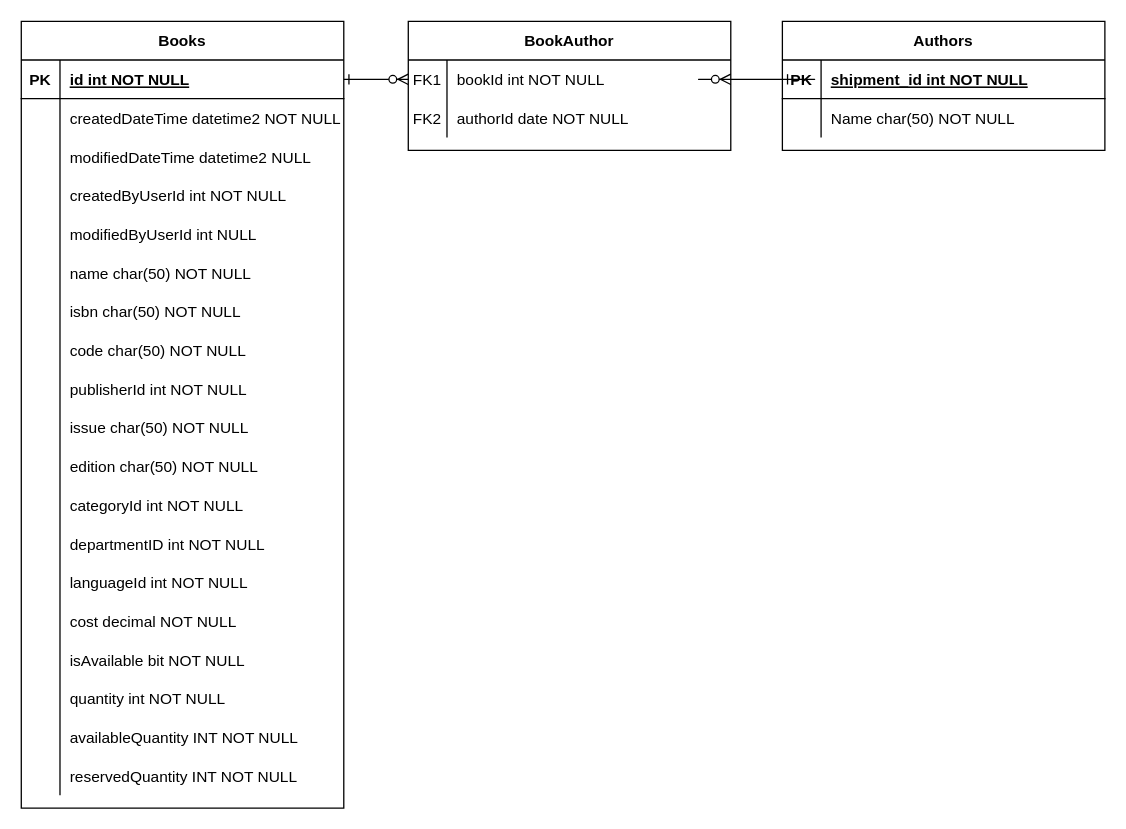
Earlier version of the draw.io diagram Untitled Diagram.drawio (skyhunter96/libApp). Source tidied: cells renumbered, new cells numbered last; positions are measured from the earlier drawing's top-left corner, leaving out a move shared by most shapes. Both pictures are drawn from the tidied source at 129%, with x=0, y=0 at pixel (21, 21).
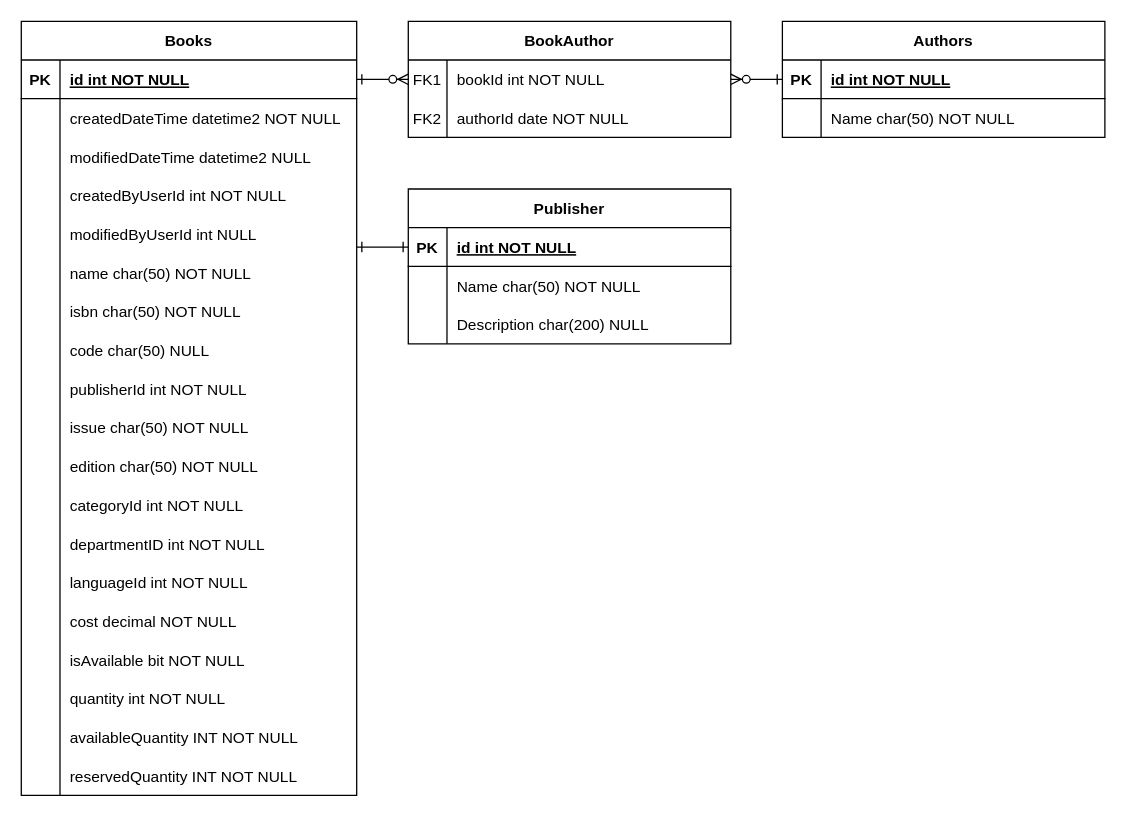
Above is the later version.

Unchanged cells that the change refers to:
```xml
<mxCell id="11" style="shape=partialRectangle;fillColor=none;points=[[0,0.5],[1,0.5]];portConstraint=eastwest;top=0;left=0;right=0;bottom=1;" parent="10" vertex="1">
  <mxGeometry y="30" width="250" height="30" as="geometry" />
</mxCell>
```

What changed in the source:
```diff
@@
     <mxCell id="3" value="BookAuthor" style="shape=table;startSize=30;childLayout=tableLayout;rowLines=0;fontStyle=1;align=center;" parent="1" vertex="1">
-      <mxGeometry x="300" width="250" height="100" as="geometry" />
+      <mxGeometry x="300" width="250" height="90" as="geometry" />
     </mxCell>
@@
     <mxCell id="10" value="Authors" style="shape=table;startSize=30;childLayout=tableLayout;rowLines=0;fontStyle=1;align=center;" parent="1" vertex="1">
-      <mxGeometry x="590" width="250" height="100" as="geometry" />
+      <mxGeometry x="590" width="250" height="90" as="geometry" />
     </mxCell>
@@
-    <mxCell id="13" value="shipment_id int NOT NULL " style="shape=partialRectangle;overflow=hidden;fillColor=none;top=0;left=0;bottom=0;right=0;align=left;spacingLeft=6;fontStyle=5;" parent="11" vertex="1">
+    <mxCell id="13" value="id int NOT NULL " style="shape=partialRectangle;overflow=hidden;fillColor=none;top=0;left=0;bottom=0;right=0;align=left;spacingLeft=6;fontStyle=5;" parent="11" vertex="1">
       <mxGeometry x="30" width="220" height="30" as="geometry" />
     </mxCell>
@@
     <mxCell id="17" value="Books" style="shape=table;startSize=30;childLayout=tableLayout;rowLines=0;fontStyle=1;align=center;" parent="1" vertex="1">
-      <mxGeometry width="250" height="610" as="geometry" />
+      <mxGeometry width="260" height="600" as="geometry" />
     </mxCell>
     <mxCell id="18" style="shape=partialRectangle;fillColor=none;points=[[0,0.5],[1,0.5]];portConstraint=eastwest;top=0;left=0;right=0;bottom=1;" parent="17" vertex="1">
-      <mxGeometry y="30" width="250" height="30" as="geometry" />
+      <mxGeometry y="30" width="260" height="30" as="geometry" />
     </mxCell>
@@
     <mxCell id="20" value="id int NOT NULL " style="shape=partialRectangle;overflow=hidden;fillColor=none;top=0;left=0;bottom=0;right=0;align=left;spacingLeft=6;fontStyle=5;" parent="18" vertex="1">
-      <mxGeometry x="30" width="220" height="30" as="geometry" />
+      <mxGeometry x="30" width="230" height="30" as="geometry" />
     </mxCell>
     <mxCell id="21" style="shape=partialRectangle;fillColor=none;top=0;left=0;right=0;bottom=0;" parent="17" vertex="1">
-      <mxGeometry y="60" width="250" height="30" as="geometry" />
+      <mxGeometry y="60" width="260" height="30" as="geometry" />
     </mxCell>
@@
     <mxCell id="23" value="createdDateTime datetime2 NOT NULL" style="shape=partialRectangle;overflow=hidden;fillColor=none;top=0;left=0;bottom=0;right=0;align=left;spacingLeft=6;" parent="21" vertex="1">
-      <mxGeometry x="30" width="220" height="30" as="geometry" />
+      <mxGeometry x="30" width="230" height="30" as="geometry" />
     </mxCell>
     <mxCell id="24" style="shape=partialRectangle;fillColor=none;top=0;left=0;right=0;bottom=0;" parent="17" vertex="1">
-      <mxGeometry y="90" width="250" height="30" as="geometry" />
+      <mxGeometry y="90" width="260" height="30" as="geometry" />
     </mxCell>
@@
     <mxCell id="26" value="modifiedDateTime datetime2 NULL" style="shape=partialRectangle;overflow=hidden;fillColor=none;top=0;left=0;bottom=0;right=0;align=left;spacingLeft=6;" parent="24" vertex="1">
-      <mxGeometry x="30" width="220" height="30" as="geometry" />
+      <mxGeometry x="30" width="230" height="30" as="geometry" />
     </mxCell>
     <mxCell id="27" style="shape=partialRectangle;fillColor=none;top=0;left=0;right=0;bottom=0;" parent="17" vertex="1">
-      <mxGeometry y="120" width="250" height="30" as="geometry" />
+      <mxGeometry y="120" width="260" height="30" as="geometry" />
     </mxCell>
@@
     <mxCell id="29" value="createdByUserId int NOT NULL" style="shape=partialRectangle;overflow=hidden;fillColor=none;top=0;left=0;bottom=0;right=0;align=left;spacingLeft=6;" parent="27" vertex="1">
-      <mxGeometry x="30" width="220" height="30" as="geometry" />
+      <mxGeometry x="30" width="230" height="30" as="geometry" />
     </mxCell>
     <mxCell id="30" style="shape=partialRectangle;fillColor=none;top=0;left=0;right=0;bottom=0;" parent="17" vertex="1">
-      <mxGeometry y="150" width="250" height="30" as="geometry" />
+      <mxGeometry y="150" width="260" height="30" as="geometry" />
     </mxCell>
@@
     <mxCell id="32" value="modifiedByUserId int NULL" style="shape=partialRectangle;overflow=hidden;fillColor=none;top=0;left=0;bottom=0;right=0;align=left;spacingLeft=6;" parent="30" vertex="1">
-      <mxGeometry x="30" width="220" height="30" as="geometry" />
+      <mxGeometry x="30" width="230" height="30" as="geometry" />
     </mxCell>
     <mxCell id="33" style="shape=partialRectangle;fillColor=none;top=0;left=0;right=0;bottom=0;" parent="17" vertex="1">
-      <mxGeometry y="180" width="250" height="30" as="geometry" />
+      <mxGeometry y="180" width="260" height="30" as="geometry" />
     </mxCell>
@@
     <mxCell id="35" value="name char(50) NOT NULL" style="shape=partialRectangle;overflow=hidden;fillColor=none;top=0;left=0;bottom=0;right=0;align=left;spacingLeft=6;" parent="33" vertex="1">
-      <mxGeometry x="30" width="220" height="30" as="geometry" />
+      <mxGeometry x="30" width="230" height="30" as="geometry" />
     </mxCell>
     <mxCell id="36" style="shape=partialRectangle;fillColor=none;top=0;left=0;right=0;bottom=0;" parent="17" vertex="1">
-      <mxGeometry y="210" width="250" height="30" as="geometry" />
+      <mxGeometry y="210" width="260" height="30" as="geometry" />
     </mxCell>
@@
     <mxCell id="38" value="isbn char(50) NOT NULL" style="shape=partialRectangle;overflow=hidden;fillColor=none;top=0;left=0;bottom=0;right=0;align=left;spacingLeft=6;" parent="36" vertex="1">
-      <mxGeometry x="30" width="220" height="30" as="geometry" />
+      <mxGeometry x="30" width="230" height="30" as="geometry" />
     </mxCell>
     <mxCell id="39" style="shape=partialRectangle;fillColor=none;top=0;left=0;right=0;bottom=0;" parent="17" vertex="1">
-      <mxGeometry y="240" width="250" height="30" as="geometry" />
+      <mxGeometry y="240" width="260" height="30" as="geometry" />
     </mxCell>
@@
-    <mxCell id="41" value="code char(50) NOT NULL" style="shape=partialRectangle;overflow=hidden;fillColor=none;top=0;left=0;bottom=0;right=0;align=left;spacingLeft=6;" parent="39" vertex="1">
-      <mxGeometry x="30" width="220" height="30" as="geometry" />
+    <mxCell id="41" value="code char(50) NULL" style="shape=partialRectangle;overflow=hidden;fillColor=none;top=0;left=0;bottom=0;right=0;align=left;spacingLeft=6;" parent="39" vertex="1">
+      <mxGeometry x="30" width="230" height="30" as="geometry" />
     </mxCell>
     <mxCell id="42" style="shape=partialRectangle;fillColor=none;top=0;left=0;right=0;bottom=0;" parent="17" vertex="1">
-      <mxGeometry y="270" width="250" height="30" as="geometry" />
+      <mxGeometry y="270" width="260" height="30" as="geometry" />
     </mxCell>
@@
     <mxCell id="44" value="publisherId int NOT NULL" style="shape=partialRectangle;overflow=hidden;fillColor=none;top=0;left=0;bottom=0;right=0;align=left;spacingLeft=6;" parent="42" vertex="1">
-      <mxGeometry x="30" width="220" height="30" as="geometry" />
+      <mxGeometry x="30" width="230" height="30" as="geometry" />
     </mxCell>
     <mxCell id="45" style="shape=partialRectangle;fillColor=none;top=0;left=0;right=0;bottom=0;" parent="17" vertex="1">
-      <mxGeometry y="300" width="250" height="30" as="geometry" />
+      <mxGeometry y="300" width="260" height="30" as="geometry" />
     </mxCell>
@@
     <mxCell id="47" value="issue char(50) NOT NULL" style="shape=partialRectangle;overflow=hidden;fillColor=none;top=0;left=0;bottom=0;right=0;align=left;spacingLeft=6;" parent="45" vertex="1">
-      <mxGeometry x="30" width="220" height="30" as="geometry" />
+      <mxGeometry x="30" width="230" height="30" as="geometry" />
     </mxCell>
     <mxCell id="48" style="shape=partialRectangle;fillColor=none;top=0;left=0;right=0;bottom=0;" parent="17" vertex="1">
-      <mxGeometry y="330" width="250" height="30" as="geometry" />
+      <mxGeometry y="330" width="260" height="30" as="geometry" />
     </mxCell>
@@
     <mxCell id="50" value="edition char(50) NOT NULL" style="shape=partialRectangle;overflow=hidden;fillColor=none;top=0;left=0;bottom=0;right=0;align=left;spacingLeft=6;" parent="48" vertex="1">
-      <mxGeometry x="30" width="220" height="30" as="geometry" />
+      <mxGeometry x="30" width="230" height="30" as="geometry" />
     </mxCell>
     <mxCell id="51" style="shape=partialRectangle;fillColor=none;top=0;left=0;right=0;bottom=0;" parent="17" vertex="1">
-      <mxGeometry y="360" width="250" height="30" as="geometry" />
+      <mxGeometry y="360" width="260" height="30" as="geometry" />
     </mxCell>
@@
     <mxCell id="53" value="categoryId int NOT NULL" style="shape=partialRectangle;overflow=hidden;fillColor=none;top=0;left=0;bottom=0;right=0;align=left;spacingLeft=6;" parent="51" vertex="1">
-      <mxGeometry x="30" width="220" height="30" as="geometry" />
+      <mxGeometry x="30" width="230" height="30" as="geometry" />
     </mxCell>
     <mxCell id="54" style="shape=partialRectangle;fillColor=none;top=0;left=0;right=0;bottom=0;" parent="17" vertex="1">
-      <mxGeometry y="390" width="250" height="30" as="geometry" />
+      <mxGeometry y="390" width="260" height="30" as="geometry" />
     </mxCell>
@@
     <mxCell id="56" value="departmentID int NOT NULL" style="shape=partialRectangle;overflow=hidden;fillColor=none;top=0;left=0;bottom=0;right=0;align=left;spacingLeft=6;" parent="54" vertex="1">
-      <mxGeometry x="30" width="220" height="30" as="geometry" />
+      <mxGeometry x="30" width="230" height="30" as="geometry" />
     </mxCell>
     <mxCell id="57" style="shape=partialRectangle;fillColor=none;top=0;left=0;right=0;bottom=0;" parent="17" vertex="1">
-      <mxGeometry y="420" width="250" height="30" as="geometry" />
+      <mxGeometry y="420" width="260" height="30" as="geometry" />
     </mxCell>
@@
     <mxCell id="59" value="languageId int NOT NULL" style="shape=partialRectangle;overflow=hidden;fillColor=none;top=0;left=0;bottom=0;right=0;align=left;spacingLeft=6;" parent="57" vertex="1">
-      <mxGeometry x="30" width="220" height="30" as="geometry" />
+      <mxGeometry x="30" width="230" height="30" as="geometry" />
     </mxCell>
     <mxCell id="60" style="shape=partialRectangle;fillColor=none;top=0;left=0;right=0;bottom=0;" parent="17" vertex="1">
-      <mxGeometry y="450" width="250" height="30" as="geometry" />
+      <mxGeometry y="450" width="260" height="30" as="geometry" />
     </mxCell>
@@
     <mxCell id="62" value="cost decimal NOT NULL" style="shape=partialRectangle;overflow=hidden;fillColor=none;top=0;left=0;bottom=0;right=0;align=left;spacingLeft=6;" parent="60" vertex="1">
-      <mxGeometry x="30" width="220" height="30" as="geometry" />
+      <mxGeometry x="30" width="230" height="30" as="geometry" />
     </mxCell>
     <mxCell id="63" style="shape=partialRectangle;fillColor=none;top=0;left=0;right=0;bottom=0;" parent="17" vertex="1">
-      <mxGeometry y="480" width="250" height="30" as="geometry" />
+      <mxGeometry y="480" width="260" height="30" as="geometry" />
     </mxCell>
@@
     <mxCell id="65" value="isAvailable bit NOT NULL" style="shape=partialRectangle;overflow=hidden;fillColor=none;top=0;left=0;bottom=0;right=0;align=left;spacingLeft=6;" parent="63" vertex="1">
-      <mxGeometry x="30" width="220" height="30" as="geometry" />
+      <mxGeometry x="30" width="230" height="30" as="geometry" />
     </mxCell>
     <mxCell id="66" style="shape=partialRectangle;fillColor=none;top=0;left=0;right=0;bottom=0;" parent="17" vertex="1">
-      <mxGeometry y="510" width="250" height="30" as="geometry" />
+      <mxGeometry y="510" width="260" height="30" as="geometry" />
     </mxCell>
@@
     <mxCell id="68" value="quantity int NOT NULL" style="shape=partialRectangle;overflow=hidden;fillColor=none;top=0;left=0;bottom=0;right=0;align=left;spacingLeft=6;" parent="66" vertex="1">
-      <mxGeometry x="30" width="220" height="30" as="geometry" />
+      <mxGeometry x="30" width="230" height="30" as="geometry" />
     </mxCell>
     <mxCell id="69" style="shape=partialRectangle;fillColor=none;top=0;left=0;right=0;bottom=0;" parent="17" vertex="1">
-      <mxGeometry y="540" width="250" height="30" as="geometry" />
+      <mxGeometry y="540" width="260" height="30" as="geometry" />
     </mxCell>
@@
     <mxCell id="71" value="availableQuantity INT NOT NULL" style="shape=partialRectangle;overflow=hidden;fillColor=none;top=0;left=0;bottom=0;right=0;align=left;spacingLeft=6;" parent="69" vertex="1">
-      <mxGeometry x="30" width="220" height="30" as="geometry" />
+      <mxGeometry x="30" width="230" height="30" as="geometry" />
     </mxCell>
     <mxCell id="72" style="shape=partialRectangle;fillColor=none;top=0;left=0;right=0;bottom=0;" parent="17" vertex="1">
-      <mxGeometry y="570" width="250" height="30" as="geometry" />
+      <mxGeometry y="570" width="260" height="30" as="geometry" />
     </mxCell>
@@
     <mxCell id="74" value="reservedQuantity INT NOT NULL" style="shape=partialRectangle;overflow=hidden;fillColor=none;top=0;left=0;bottom=0;right=0;align=left;spacingLeft=6;" parent="72" vertex="1">
-      <mxGeometry x="30" width="220" height="30" as="geometry" />
+      <mxGeometry x="30" width="230" height="30" as="geometry" />
     </mxCell>
-    <mxCell id="75" style="edgeStyle=entityRelationEdgeStyle;endArrow=ERzeroToMany;startArrow=ERone;endFill=1;startFill=0;entryX=1;entryY=0.5;entryDx=0;entryDy=0;exitX=0;exitY=0.5;exitDx=0;exitDy=0;" parent="1" edge="1" source="11">
-      <mxGeometry relative="1" as="geometry">
-        <mxPoint x="550" y="45" as="targetPoint" />
-      </mxGeometry>
+    <mxCell id="75" style="edgeStyle=entityRelationEdgeStyle;endArrow=ERzeroToMany;startArrow=ERone;endFill=1;startFill=0;exitX=0;exitY=0.5;exitDx=0;exitDy=0;entryX=1;entryY=0.5;entryDx=0;entryDy=0;" parent="1" edge="1" source="11" target="3">
+      <mxGeometry relative="1" as="geometry" />
     </mxCell>
+    <mxCell id="76" value="Publisher" style="shape=table;startSize=30;childLayout=tableLayout;rowLines=0;fontStyle=1;align=center;" parent="1" vertex="1">
+      <mxGeometry x="300" y="130" width="250" height="120" as="geometry" />
+    </mxCell>
+    <mxCell id="77" style="shape=partialRectangle;fillColor=none;points=[[0,0.5],[1,0.5]];portConstraint=eastwest;top=0;left=0;right=0;bottom=1;" parent="76" vertex="1">
+      <mxGeometry y="30" width="250" height="30" as="geometry" />
+    </mxCell>
+    <mxCell id="78" value="PK" style="shape=partialRectangle;overflow=hidden;fillColor=none;top=0;left=0;bottom=0;right=0;fontStyle=1;" parent="77" vertex="1">
+      <mxGeometry width="30" height="30" as="geometry" />
+    </mxCell>
+    <mxCell id="79" value="id int NOT NULL " style="shape=partialRectangle;overflow=hidden;fillColor=none;top=0;left=0;bottom=0;right=0;align=left;spacingLeft=6;fontStyle=5;" parent="77" vertex="1">
+      <mxGeometry x="30" width="220" height="30" as="geometry" />
+    </mxCell>
+    <mxCell id="80" style="shape=partialRectangle;fillColor=none;top=0;left=0;right=0;bottom=0;" parent="76" vertex="1">
+      <mxGeometry y="60" width="250" height="30" as="geometry" />
+    </mxCell>
+    <mxCell id="81" style="shape=partialRectangle;overflow=hidden;fillColor=none;top=0;left=0;bottom=0;right=0;" parent="80" vertex="1">
+      <mxGeometry width="30" height="30" as="geometry" />
+    </mxCell>
+    <mxCell id="82" value="Name char(50) NOT NULL" style="shape=partialRectangle;overflow=hidden;fillColor=none;top=0;left=0;bottom=0;right=0;align=left;spacingLeft=6;" parent="80" vertex="1">
+      <mxGeometry x="30" width="220" height="30" as="geometry" />
+    </mxCell>
+    <mxCell id="83" style="shape=partialRectangle;fillColor=none;top=0;left=0;right=0;bottom=0;" parent="76" vertex="1">
+      <mxGeometry y="90" width="250" height="30" as="geometry" />
+    </mxCell>
+    <mxCell id="84" style="shape=partialRectangle;overflow=hidden;fillColor=none;top=0;left=0;bottom=0;right=0;" parent="83" vertex="1">
+      <mxGeometry width="30" height="30" as="geometry" />
+    </mxCell>
+    <mxCell id="85" value="Description char(200) NULL" style="shape=partialRectangle;overflow=hidden;fillColor=none;top=0;left=0;bottom=0;right=0;align=left;spacingLeft=6;" parent="83" vertex="1">
+      <mxGeometry x="30" width="220" height="30" as="geometry" />
+    </mxCell>
+    <mxCell id="86" style="edgeStyle=orthogonalEdgeStyle;rounded=0;jettySize=auto;html=1;entryX=0;entryY=0.5;entryDx=0;entryDy=0;endArrow=ERone;endFill=0;startArrow=ERone;startFill=0;" parent="1" edge="1" target="77">
+      <mxGeometry relative="1" as="geometry">
+        <mxPoint x="260" y="175" as="sourcePoint" />
+        <Array as="points">
+          <mxPoint x="260" y="175" />
+        </Array>
+      </mxGeometry>
+    </mxCell>
```
